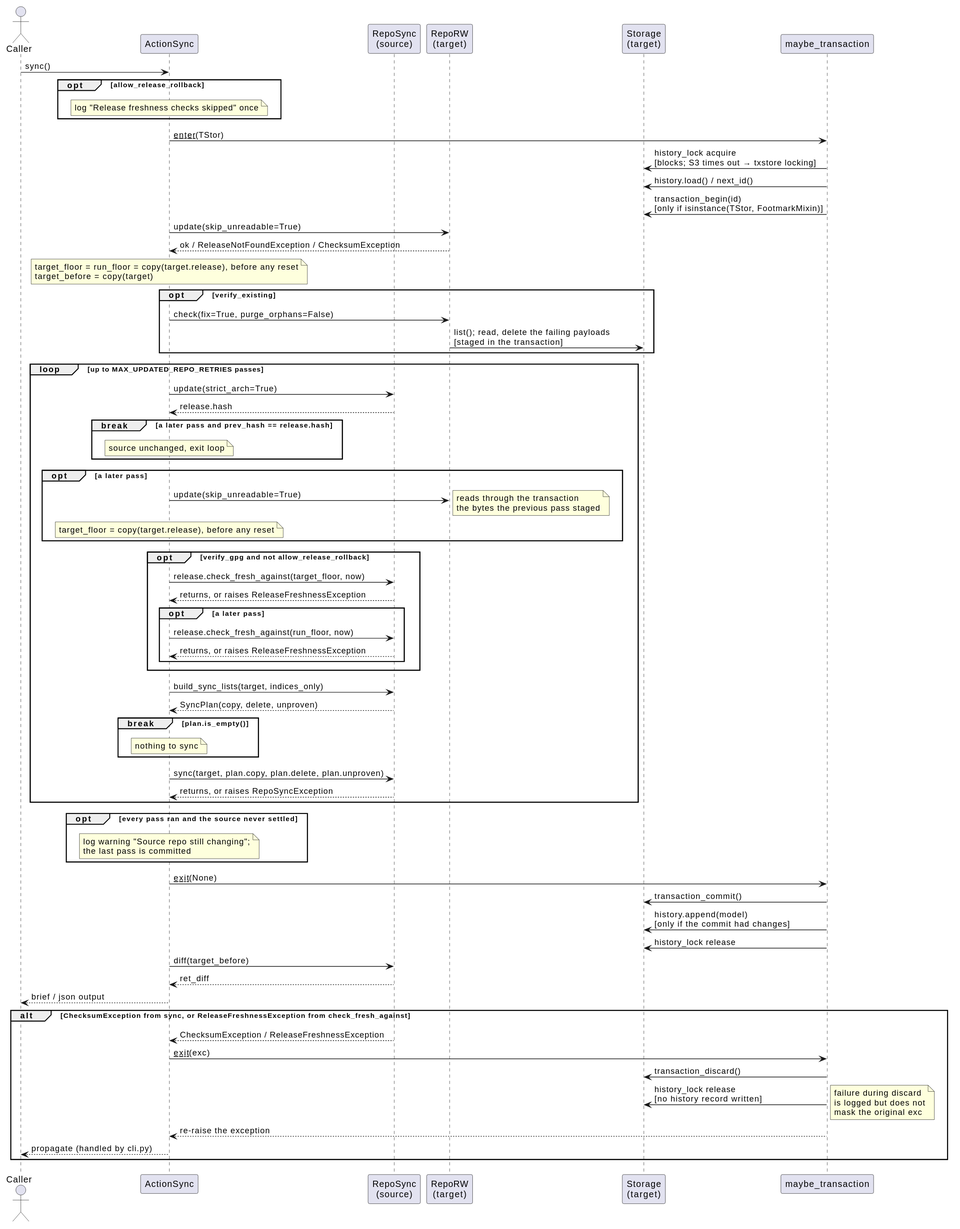
vinklat/debkit keeps this PlantUML diagram as docs/development/diagrams/action-sync-sequence.svg. Above is the earlier version. Its source is kept beside it as docs/development/diagrams/action-sync-sequence.puml.
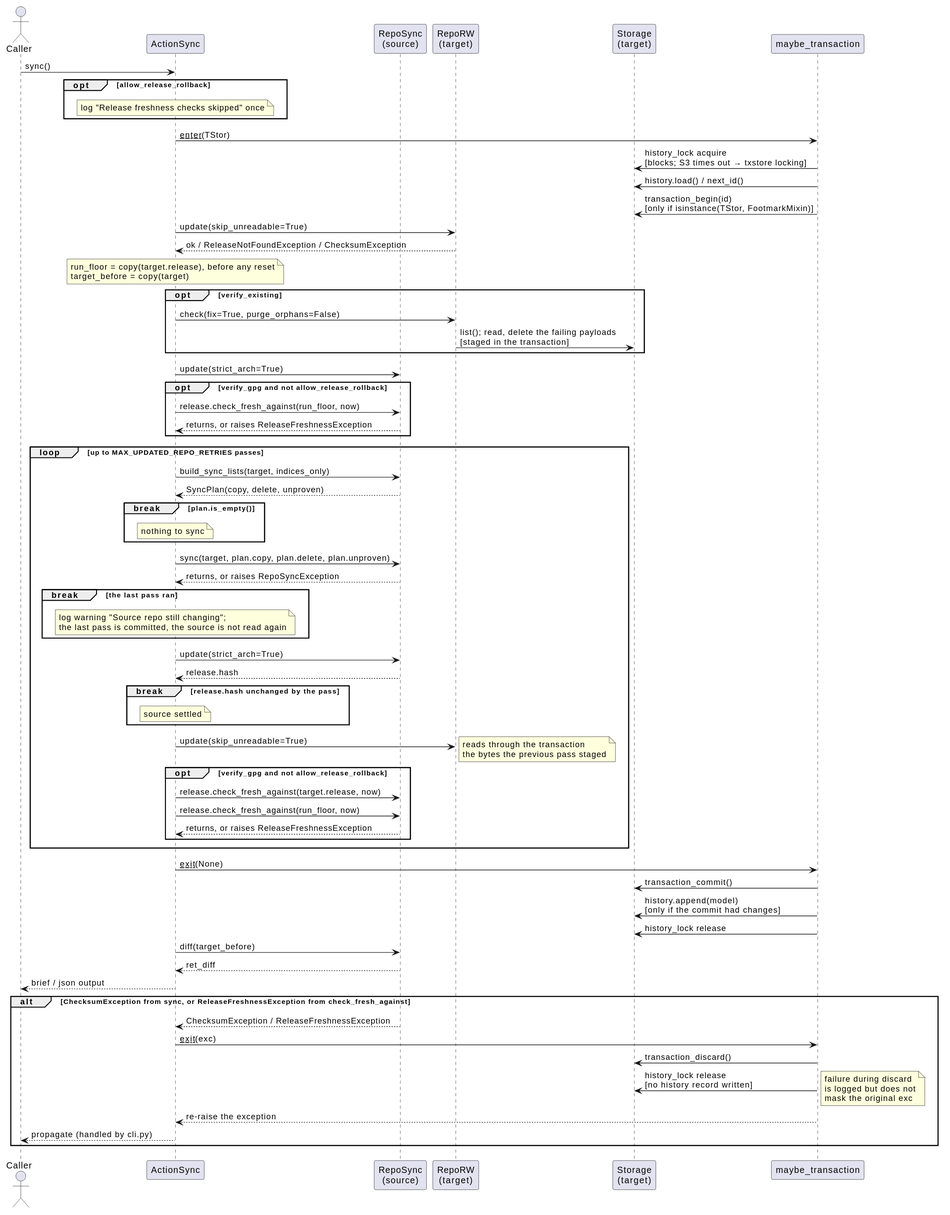
The same file after the commit.

Change to the diagram source:
```diff
@@ -19,35 +19,20 @@
 
 ActionSync -> Tgt: update(skip_unreadable=True)
 Tgt --> ActionSync: ok / ReleaseNotFoundException / ChecksumException
-note over ActionSync: target_floor = run_floor = copy(target.release), before any reset\ntarget_before = copy(target)
+note over ActionSync: run_floor = copy(target.release), before any reset\ntarget_before = copy(target)
 
 opt verify_existing
   ActionSync -> Tgt: check(fix=True, purge_orphans=False)
   Tgt -> TStor: list(); read, delete the failing payloads\n[staged in the transaction]
 end
 
+ActionSync -> Src: update(strict_arch=True)
+opt verify_gpg and not allow_release_rollback
+  ActionSync -> Src: release.check_fresh_against(run_floor, now)
+  Src --> ActionSync: returns, or raises ReleaseFreshnessException
+end
+
 loop up to MAX_UPDATED_REPO_RETRIES passes
-  ActionSync -> Src: update(strict_arch=True)
-  Src --> ActionSync: release.hash
-  break a later pass and prev_hash == release.hash
-    note over ActionSync: source unchanged, exit loop
-  end
-
-  opt a later pass
-    ActionSync -> Tgt: update(skip_unreadable=True)
-    note right: reads through the transaction\nthe bytes the previous pass staged
-    note over ActionSync: target_floor = copy(target.release), before any reset
-  end
-
-  opt verify_gpg and not allow_release_rollback
-    ActionSync -> Src: release.check_fresh_against(target_floor, now)
-    Src --> ActionSync: returns, or raises ReleaseFreshnessException
-    opt a later pass
-      ActionSync -> Src: release.check_fresh_against(run_floor, now)
-      Src --> ActionSync: returns, or raises ReleaseFreshnessException
-    end
-  end
-
   ActionSync -> Src: build_sync_lists(target, indices_only)
   Src --> ActionSync: SyncPlan(copy, delete, unproven)
   break plan.is_empty()
@@ -56,10 +41,23 @@
 
   ActionSync -> Src: sync(target, plan.copy, plan.delete, plan.unproven)
   Src --> ActionSync: returns, or raises RepoSyncException
-end
+  break the last pass ran
+    note over ActionSync: log warning "Source repo still changing";\nthe last pass is committed, the source is not read again
+  end
 
-opt every pass ran and the source never settled
-  note over ActionSync: log warning "Source repo still changing";\nthe last pass is committed
+  ActionSync -> Src: update(strict_arch=True)
+  Src --> ActionSync: release.hash
+  break release.hash unchanged by the pass
+    note over ActionSync: source settled
+  end
+
+  ActionSync -> Tgt: update(skip_unreadable=True)
+  note right: reads through the transaction\nthe bytes the previous pass staged
+  opt verify_gpg and not allow_release_rollback
+    ActionSync -> Src: release.check_fresh_against(target.release, now)
+    ActionSync -> Src: release.check_fresh_against(run_floor, now)
+    Src --> ActionSync: returns, or raises ReleaseFreshnessException
+  end
 end
 
 ActionSync -> CM: __exit__(None)
```
